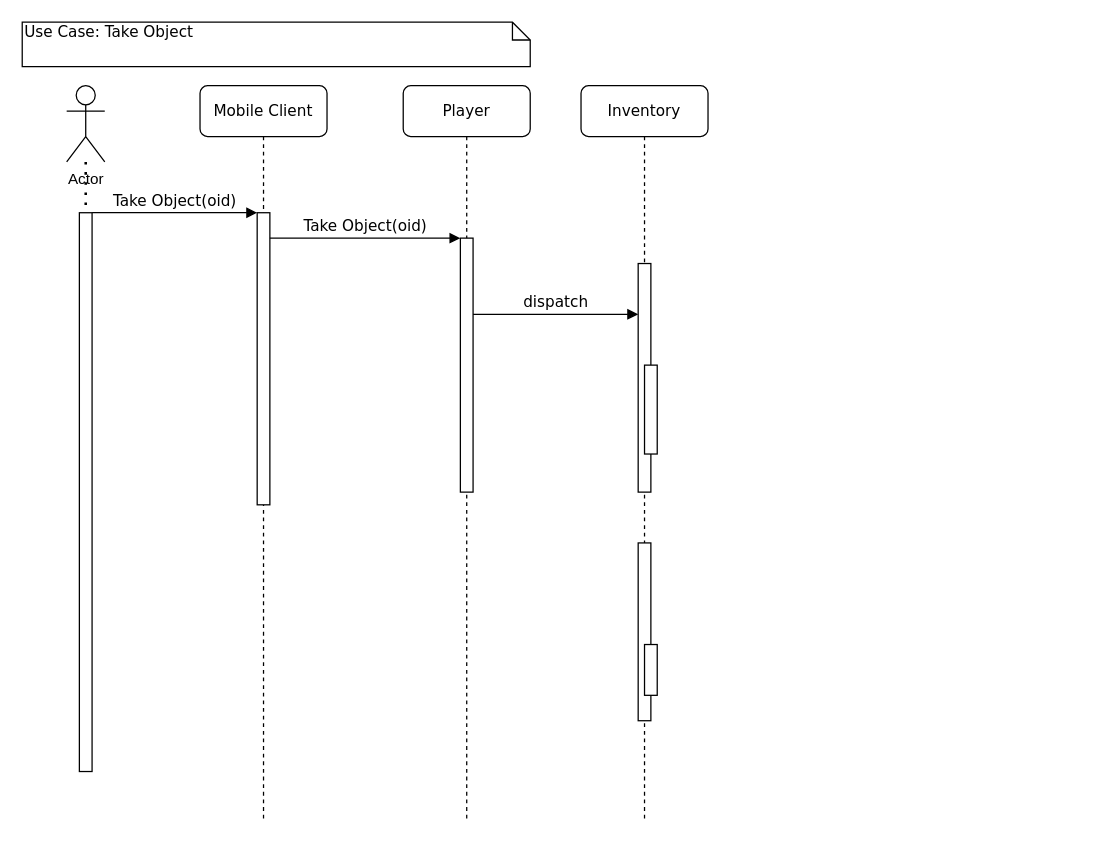
The draw.io diagram MUD Sequence.drawio in rudfor/MUD, before the edit. Source tidied: cells renumbered, new cells numbered last; positions are measured from the earlier drawing's top-left corner, leaving out a move shared by most shapes. Both pictures are drawn from the tidied source at 127%, with x=0, y=0 at pixel (22, 22).
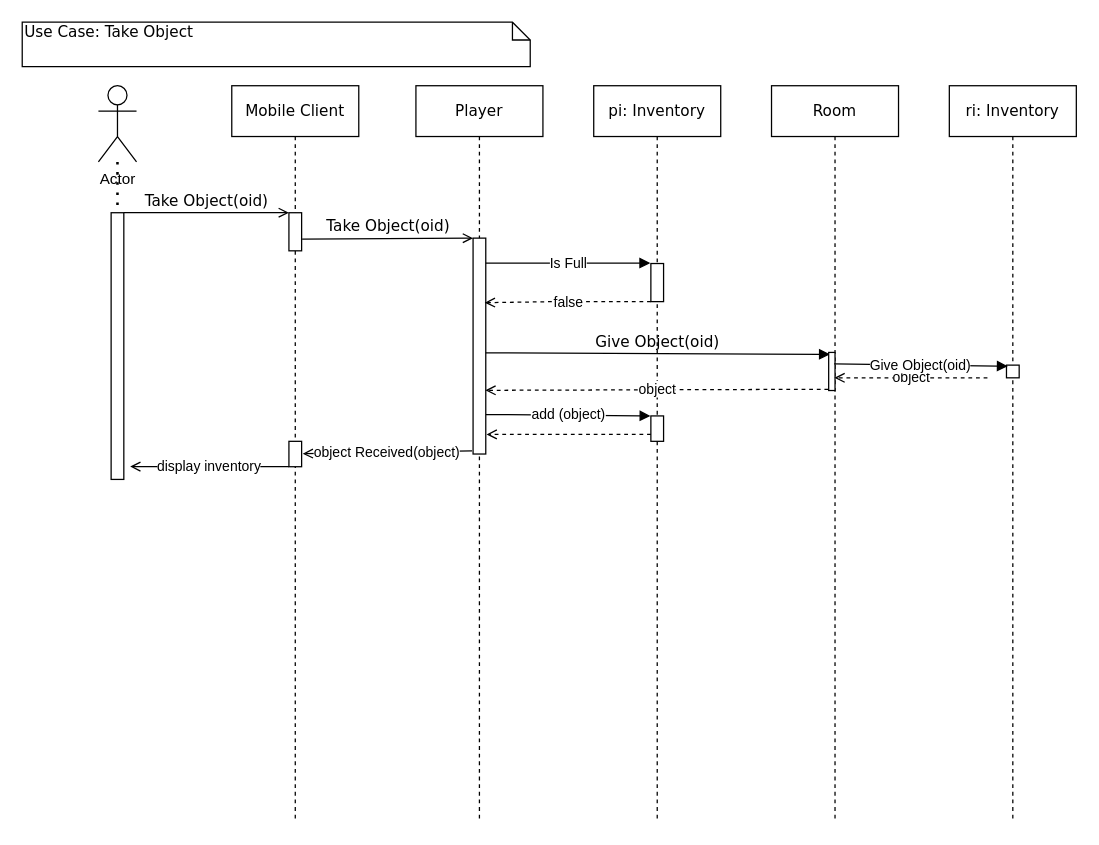
The same diagram, later.

What changed in the source:
```diff
@@
-    <mxCell id="2" value="Mobile Client" style="shape=umlLifeline;perimeter=lifelinePerimeter;whiteSpace=wrap;html=1;rounded=1;shadow=0;comic=0;labelBackgroundColor=none;strokeWidth=1;fontFamily=Verdana;fontSize=12;align=center;" parent="1" vertex="1">
-      <mxGeometry x="140" y="50" width="100" height="580" as="geometry" />
+    <mxCell id="2" value="Mobile Client" style="shape=umlLifeline;perimeter=lifelinePerimeter;whiteSpace=wrap;html=1;rounded=0;shadow=0;comic=0;labelBackgroundColor=none;strokeWidth=1;fontFamily=Verdana;fontSize=12;align=center;" parent="1" vertex="1">
+      <mxGeometry x="165" y="50" width="100" height="580" as="geometry" />
     </mxCell>
-    <mxCell id="3" style="html=1;points=[];perimeter=orthogonalPerimeter;rounded=0;shadow=0;comic=0;labelBackgroundColor=none;strokeWidth=1;fontFamily=Verdana;fontSize=12;align=center;" parent="2" vertex="1">
-      <mxGeometry x="45" y="100" width="10" height="230" as="geometry" />
-    </mxCell>
+    <mxCell id="18" style="html=1;points=[];perimeter=orthogonalPerimeter;rounded=0;shadow=0;comic=0;labelBackgroundColor=none;strokeWidth=1;fontFamily=Verdana;fontSize=12;align=center;" parent="2" vertex="1">
+      <mxGeometry x="45" y="100" width="10" height="30" as="geometry" />
+    </mxCell>
+    <mxCell id="19" style="html=1;points=[];perimeter=orthogonalPerimeter;rounded=0;shadow=0;comic=0;labelBackgroundColor=none;strokeWidth=1;fontFamily=Verdana;fontSize=12;align=center;" parent="2" vertex="1">
+      <mxGeometry x="45" y="280" width="10" height="20" as="geometry" />
+    </mxCell>
-    <mxCell id="4" value="Player" style="shape=umlLifeline;perimeter=lifelinePerimeter;whiteSpace=wrap;html=1;rounded=1;shadow=0;comic=0;labelBackgroundColor=none;strokeWidth=1;fontFamily=Verdana;fontSize=12;align=center;" parent="1" vertex="1">
-      <mxGeometry x="300" y="50" width="100" height="580" as="geometry" />
+    <mxCell id="4" value="Player" style="shape=umlLifeline;perimeter=lifelinePerimeter;whiteSpace=wrap;html=1;rounded=0;shadow=0;comic=0;labelBackgroundColor=none;strokeWidth=1;fontFamily=Verdana;fontSize=12;align=center;" parent="1" vertex="1">
+      <mxGeometry x="310" y="50" width="100" height="580" as="geometry" />
     </mxCell>
     <mxCell id="5" style="html=1;points=[];perimeter=orthogonalPerimeter;rounded=0;shadow=0;comic=0;labelBackgroundColor=none;strokeWidth=1;fontFamily=Verdana;fontSize=12;align=center;" parent="4" vertex="1">
-      <mxGeometry x="45" y="120" width="10" height="200" as="geometry" />
+      <mxGeometry x="45" y="120" width="10" height="170" as="geometry" />
     </mxCell>
-    <mxCell id="6" value="Inventory" style="shape=umlLifeline;perimeter=lifelinePerimeter;whiteSpace=wrap;html=1;rounded=1;shadow=0;comic=0;labelBackgroundColor=none;strokeWidth=1;fontFamily=Verdana;fontSize=12;align=center;" parent="1" vertex="1">
-      <mxGeometry x="440" y="50" width="100" height="580" as="geometry" />
+    <mxCell id="6" value="pi: Inventory" style="shape=umlLifeline;perimeter=lifelinePerimeter;whiteSpace=wrap;html=1;rounded=0;shadow=0;comic=0;labelBackgroundColor=none;strokeWidth=1;fontFamily=Verdana;fontSize=12;align=center;" parent="1" vertex="1">
+      <mxGeometry x="450" y="50" width="100" height="580" as="geometry" />
     </mxCell>
-    <mxCell id="7" style="html=1;points=[];perimeter=orthogonalPerimeter;rounded=0;shadow=0;comic=0;labelBackgroundColor=none;strokeWidth=1;fontFamily=Verdana;fontSize=12;align=center;" parent="1" vertex="1">
-      <mxGeometry x="485" y="190" width="10" height="180" as="geometry" />
+    <mxCell id="7" style="html=1;points=[];perimeter=orthogonalPerimeter;rounded=0;shadow=0;comic=0;labelBackgroundColor=none;strokeWidth=1;fontFamily=Verdana;fontSize=12;align=center;" parent="6" vertex="1">
+      <mxGeometry x="45" y="260" width="10" height="20" as="geometry" />
     </mxCell>
+    <mxCell id="20" style="html=1;points=[];perimeter=orthogonalPerimeter;rounded=0;shadow=0;comic=0;labelBackgroundColor=none;strokeWidth=1;fontFamily=Verdana;fontSize=12;align=center;" parent="6" vertex="1">
+      <mxGeometry x="45" y="140" width="10" height="30" as="geometry" />
+    </mxCell>
-    <mxCell id="8" value="dispatch" style="html=1;verticalAlign=bottom;endArrow=block;labelBackgroundColor=none;fontFamily=Verdana;fontSize=12;edgeStyle=elbowEdgeStyle;elbow=vertical;" parent="1" edge="1" source="5" target="7">
-      <mxGeometry relative="1" as="geometry">
-        <Array as="points">
-          <mxPoint x="450" y="230" />
-          <mxPoint x="360" y="190" />
-        </Array>
-      </mxGeometry>
+    <mxCell id="8" value="Give Object(oid)" style="html=1;verticalAlign=bottom;endArrow=block;labelBackgroundColor=none;fontFamily=Verdana;fontSize=12;elbow=vertical;entryX=0.186;entryY=0.051;entryDx=0;entryDy=0;entryPerimeter=0;exitX=1;exitY=0.531;exitDx=0;exitDy=0;exitPerimeter=0;" parent="1" edge="1" source="5" target="22">
+      <mxGeometry relative="1" as="geometry" />
     </mxCell>
-    <mxCell id="9" style="html=1;perimeter=orthogonalPerimeter;rounded=0;shadow=0;comic=0;labelBackgroundColor=none;strokeWidth=1;fontFamily=Verdana;fontSize=12;align=center;" parent="1" vertex="1">
-      <mxGeometry x="485" y="410" width="10" height="140" as="geometry" />
-    </mxCell>
-    <mxCell id="10" value="Take Object(oid)" style="html=1;verticalAlign=bottom;endArrow=block;entryX=0;entryY=0;labelBackgroundColor=none;fontFamily=Verdana;fontSize=12;edgeStyle=elbowEdgeStyle;elbow=vertical;" parent="1" edge="1" source="15" target="3">
-      <mxGeometry relative="1" as="geometry" />
+    <mxCell id="10" value="Take Object(oid)" style="html=1;verticalAlign=bottom;endArrow=open;entryX=0;entryY=0;labelBackgroundColor=none;fontFamily=Verdana;fontSize=12;edgeStyle=elbowEdgeStyle;elbow=vertical;endFill=0;" parent="1" edge="1" source="15">
+      <mxGeometry relative="1" as="geometry">
+        <mxPoint x="210" y="150" as="targetPoint" />
+      </mxGeometry>
     </mxCell>
-    <mxCell id="11" value="Take Object(oid)" style="html=1;verticalAlign=bottom;endArrow=block;entryX=0;entryY=0;labelBackgroundColor=none;fontFamily=Verdana;fontSize=12;edgeStyle=elbowEdgeStyle;elbow=vertical;" parent="1" edge="1" source="3" target="5">
+    <mxCell id="11" value="Take Object(oid)" style="html=1;verticalAlign=bottom;endArrow=open;entryX=0;entryY=0;labelBackgroundColor=none;fontFamily=Verdana;fontSize=12;edgeStyle=elbowEdgeStyle;elbow=vertical;endFill=0;exitX=1.038;exitY=0.692;exitDx=0;exitDy=0;exitPerimeter=0;" parent="1" edge="1" source="18" target="5">
       <mxGeometry relative="1" as="geometry" />
     </mxCell>
-    <mxCell id="12" style="html=1;perimeter=orthogonalPerimeter;rounded=0;shadow=0;comic=0;labelBackgroundColor=none;strokeWidth=1;fontFamily=Verdana;fontSize=12;align=center;" parent="1" vertex="1">
-      <mxGeometry x="490" y="270" width="10" height="70" as="geometry" />
-    </mxCell>
-    <mxCell id="13" style="html=1;perimeter=orthogonalPerimeter;rounded=0;shadow=0;comic=0;labelBackgroundColor=none;strokeWidth=1;fontFamily=Verdana;fontSize=12;align=center;" parent="1" vertex="1">
-      <mxGeometry x="490" y="490" width="10" height="40" as="geometry" />
-    </mxCell>
@@
     <mxCell id="15" style="html=1;points=[];perimeter=orthogonalPerimeter;rounded=0;shadow=0;comic=0;labelBackgroundColor=none;strokeWidth=1;fontFamily=Verdana;fontSize=12;align=center;" parent="1" vertex="1">
-      <mxGeometry x="45" y="150" width="10" height="440" as="geometry" />
+      <mxGeometry x="70" y="150" width="10" height="210" as="geometry" />
     </mxCell>
     <mxCell id="16" value="Actor" style="shape=umlActor;verticalLabelPosition=bottom;verticalAlign=top;html=1;outlineConnect=0;" parent="1" vertex="1">
-      <mxGeometry x="35" y="50" width="30" height="60" as="geometry" />
+      <mxGeometry x="60" y="50" width="30" height="60" as="geometry" />
     </mxCell>
@@
+    <mxCell id="21" value="Room" style="shape=umlLifeline;perimeter=lifelinePerimeter;whiteSpace=wrap;html=1;outlineConnect=0;rounded=0;shadow=0;comic=0;labelBackgroundColor=none;strokeWidth=1;fontFamily=Verdana;fontSize=12;align=center;" parent="1" vertex="1">
+      <mxGeometry x="590" y="50" width="100" height="580" as="geometry" />
+    </mxCell>
+    <mxCell id="22" style="html=1;points=[];perimeter=orthogonalPerimeter;rounded=0;shadow=0;comic=0;labelBackgroundColor=none;strokeWidth=1;fontFamily=Verdana;fontSize=12;align=center;" parent="21" vertex="1">
+      <mxGeometry x="45" y="210" width="5" height="30" as="geometry" />
+    </mxCell>
+    <mxCell id="23" value="ri: Inventory" style="shape=umlLifeline;perimeter=lifelinePerimeter;whiteSpace=wrap;html=1;rounded=0;shadow=0;comic=0;labelBackgroundColor=none;strokeWidth=1;fontFamily=Verdana;fontSize=12;align=center;" parent="1" vertex="1">
+      <mxGeometry x="730" y="50" width="100" height="580" as="geometry" />
+    </mxCell>
+    <mxCell id="24" style="html=1;points=[];perimeter=orthogonalPerimeter;rounded=0;shadow=0;comic=0;labelBackgroundColor=none;strokeWidth=1;fontFamily=Verdana;fontSize=12;align=center;" parent="23" vertex="1">
+      <mxGeometry x="45" y="220" width="10" height="10" as="geometry" />
+    </mxCell>
+    <mxCell id="25" value="Is Full" style="rounded=0;jettySize=auto;html=1;entryX=-0.05;entryY=-0.012;entryDx=0;entryDy=0;entryPerimeter=0;endArrow=block;endFill=1;" parent="1" edge="1" source="5" target="20">
+      <mxGeometry relative="1" as="geometry" />
+    </mxCell>
+    <mxCell id="26" style="edgeStyle=none;rounded=0;jettySize=auto;html=1;dashed=1;entryX=0.919;entryY=0.299;entryDx=0;entryDy=0;entryPerimeter=0;endArrow=open;endFill=0;" parent="1" edge="1" source="20" target="5">
+      <mxGeometry relative="1" as="geometry">
+        <Array as="points">
+          <mxPoint x="420" y="220" />
+        </Array>
+      </mxGeometry>
+    </mxCell>
+    <mxCell id="27" value="false" style="edgeLabel;html=1;align=center;verticalAlign=middle;" parent="26" vertex="1">
+      <mxGeometry x="0.01" relative="1" as="geometry" />
+    </mxCell>
+    <mxCell id="28" value="object" style="edgeStyle=none;rounded=0;jettySize=auto;html=1;dashed=1;endArrow=open;endFill=0;exitX=-0.067;exitY=0.967;exitDx=0;exitDy=0;exitPerimeter=0;entryX=0.967;entryY=0.705;entryDx=0;entryDy=0;entryPerimeter=0;" parent="1" edge="1" source="22" target="5">
+      <mxGeometry relative="1" as="geometry" />
+    </mxCell>
+    <mxCell id="29" value="add (object)" style="edgeStyle=none;rounded=0;jettySize=auto;html=1;entryX=-0.033;entryY=0;entryDx=0;entryDy=0;entryPerimeter=0;endArrow=block;endFill=1;exitX=1.014;exitY=0.817;exitDx=0;exitDy=0;exitPerimeter=0;" parent="1" edge="1" source="5" target="7">
+      <mxGeometry relative="1" as="geometry" />
+    </mxCell>
+    <mxCell id="30" value="object" style="edgeStyle=none;rounded=0;jettySize=auto;html=1;endArrow=open;endFill=0;dashed=1;" parent="1" edge="1" target="21">
+      <mxGeometry relative="1" as="geometry">
+        <mxPoint x="760" y="280" as="sourcePoint" />
+      </mxGeometry>
+    </mxCell>
+    <mxCell id="31" value="Give Object(oid)" style="edgeStyle=none;rounded=0;jettySize=auto;html=1;entryX=0.1;entryY=0.081;entryDx=0;entryDy=0;entryPerimeter=0;endArrow=block;endFill=1;exitX=0.867;exitY=0.3;exitDx=0;exitDy=0;exitPerimeter=0;" parent="1" edge="1" source="22" target="24">
+      <mxGeometry relative="1" as="geometry" />
+    </mxCell>
+    <mxCell id="32" style="edgeStyle=none;rounded=0;jettySize=auto;html=1;endArrow=open;endFill=0;dashed=1;entryX=1.062;entryY=0.909;entryDx=0;entryDy=0;entryPerimeter=0;" parent="1" edge="1" source="7" target="5">
+      <mxGeometry relative="1" as="geometry" />
+    </mxCell>
+    <mxCell id="33" value="object Received(object)" style="edgeStyle=none;rounded=0;jettySize=auto;html=1;entryX=1.086;entryY=0.49;entryDx=0;entryDy=0;entryPerimeter=0;endArrow=open;endFill=0;exitX=-0.081;exitY=0.985;exitDx=0;exitDy=0;exitPerimeter=0;" parent="1" edge="1" source="5" target="19">
+      <mxGeometry relative="1" as="geometry" />
+    </mxCell>
+    <mxCell id="34" value="display inventory" style="edgeStyle=none;rounded=0;jettySize=auto;html=1;entryX=1.5;entryY=0.952;entryDx=0;entryDy=0;entryPerimeter=0;endArrow=open;endFill=0;" parent="1" edge="1" target="15">
+      <mxGeometry relative="1" as="geometry">
+        <mxPoint x="210" y="349.9" as="sourcePoint" />
+      </mxGeometry>
+    </mxCell>
```
